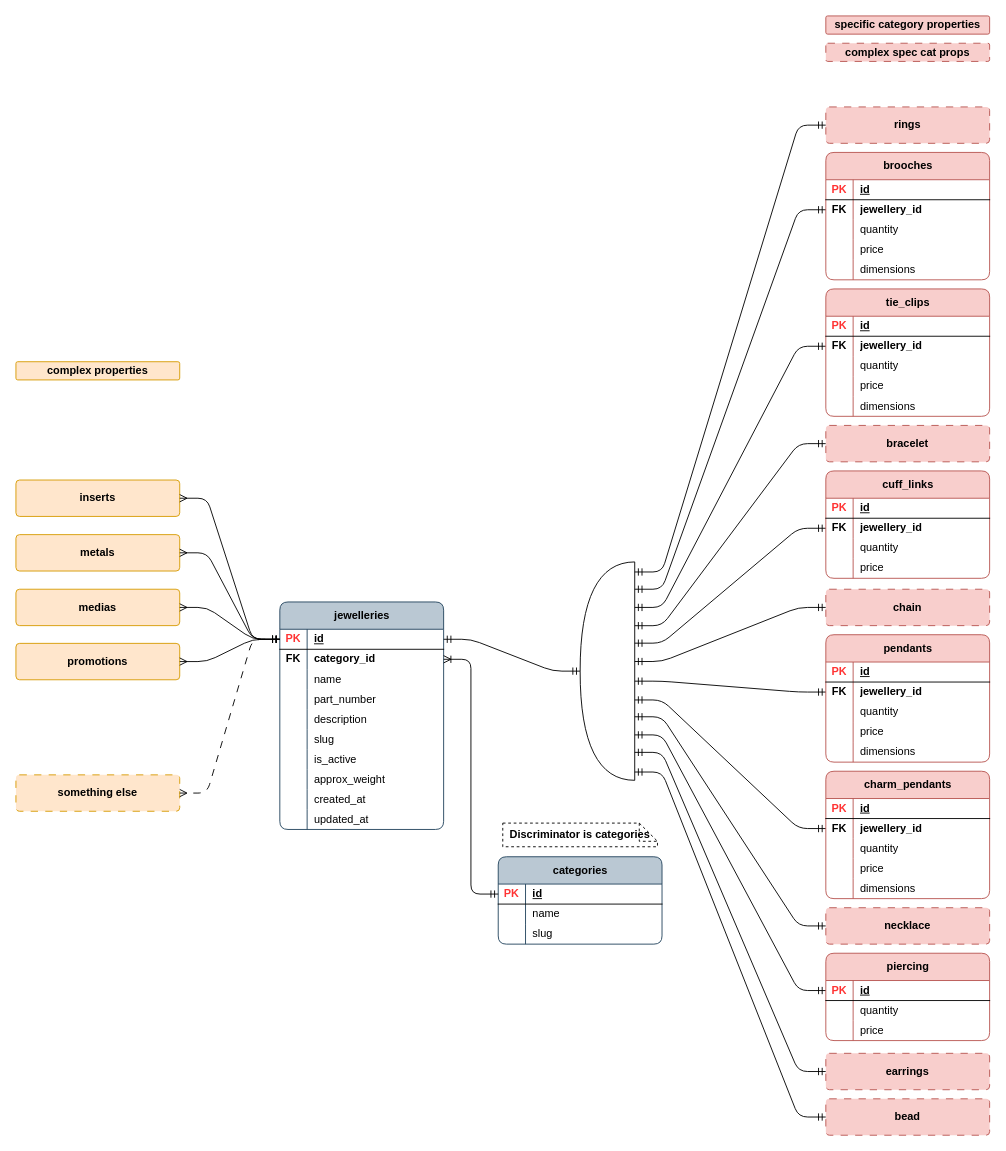
Above: page "psql_jewellery" (1 of 14) of publisher/laravel-app/psql_jewellery_items.drawio in Local-development-environment/msg-brokers-publisher-consumer (draw.io), before the change. Source tidied: cells renumbered, new cells numbered last; positions are measured from the earlier drawing's top-left corner, leaving out a move shared by most shapes. Both pictures are drawn from the tidied source at 91%, with x=0, y=0 at pixel (15, 15).
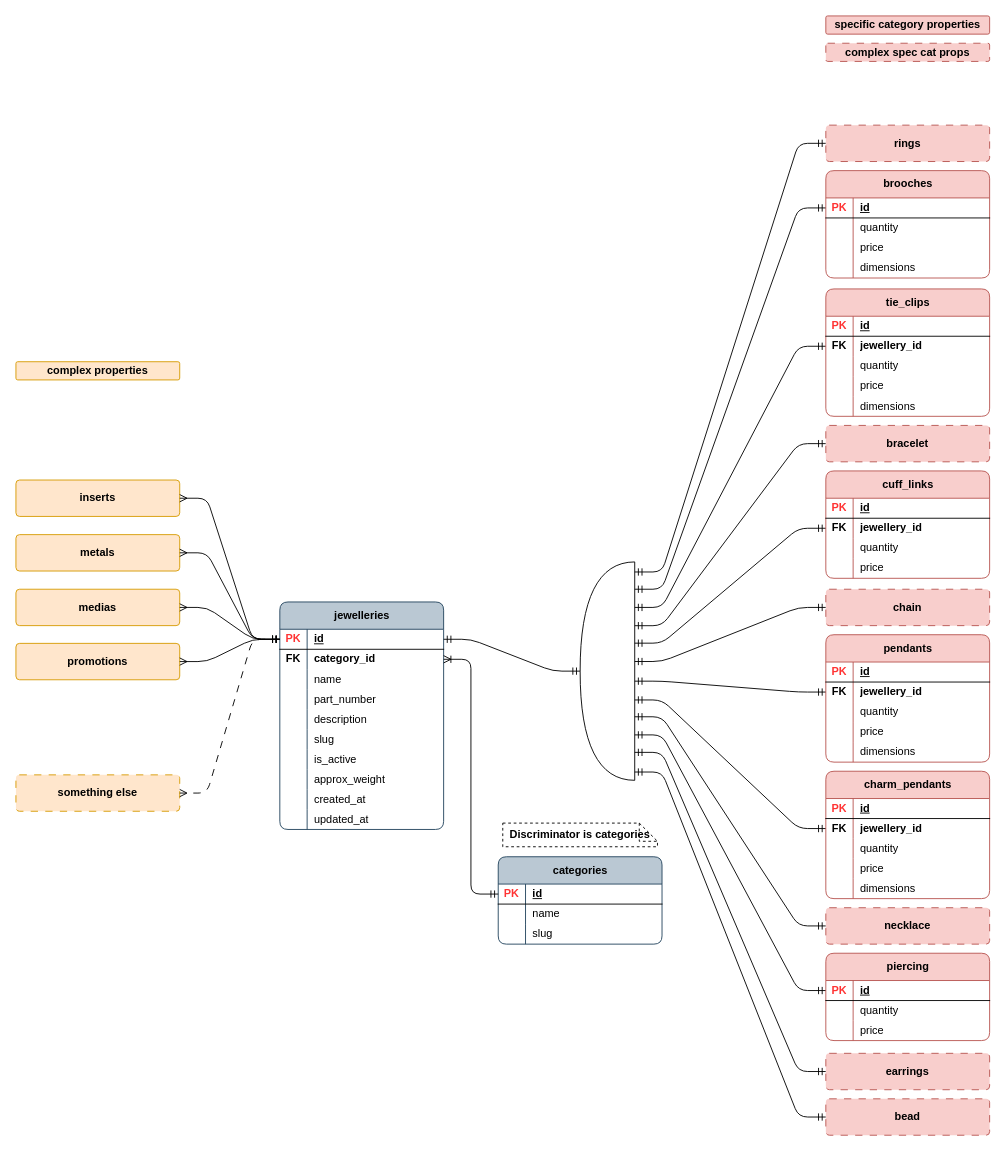
The same page after the edit.

Unchanged cells that the change refers to:
```xml
<mxCell id="33" style="shape=or;whiteSpace=wrap;html=1;fillColor=none;direction=west;" parent="1" vertex="1">
  <mxGeometry x="620" y="600" width="60" height="240" as="geometry" />
</mxCell>
<mxCell id="59" style="shape=tableRow;horizontal=0;startSize=0;swimlaneHead=0;swimlaneBody=0;fillColor=none;points=[[0,0.5],[1,0.5]];portConstraint=eastwest;top=0;left=0;right=0;bottom=1;rounded=0;" parent="58" vertex="1">
  <mxGeometry y="30" width="180" height="22" as="geometry" />
</mxCell>
```

Change to the diagram source:
```diff
@@
-    <mxCell id="35" style="edgeStyle=entityRelationEdgeStyle;fontSize=12;html=1;endArrow=ERmandOne;startArrow=ERmandOne;rounded=1;curved=0;entryX=0;entryY=0.5;entryDx=0;entryDy=0;exitX=0;exitY=0.875;exitDx=0;exitDy=0;exitPerimeter=0;" parent="1" edge="1" source="33" target="62">
+    <mxCell id="35" style="edgeStyle=entityRelationEdgeStyle;fontSize=12;html=1;endArrow=ERmandOne;startArrow=ERmandOne;rounded=1;curved=0;entryX=0;entryY=0.5;entryDx=0;entryDy=0;exitX=0;exitY=0.875;exitDx=0;exitDy=0;exitPerimeter=0;" parent="1" edge="1" source="33" target="59">
       <mxGeometry relative="1" as="geometry" />
     </mxCell>
@@
     <mxCell id="58" value="brooches" style="shape=table;startSize=30;childLayout=tableLayout;rowLines=0;fontStyle=1;align=center;html=1;rounded=1;swimlaneFillColor=none;fillColor=#f8cecc;strokeColor=#b85450;columnLines=1;arcSize=10;" parent="1" vertex="1">
-      <mxGeometry x="890" y="150" width="180" height="140" as="geometry" />
+      <mxGeometry x="890" y="170" width="180" height="118" as="geometry" />
     </mxCell>
@@
-    <mxCell id="62" style="shape=tableRow;horizontal=0;startSize=0;swimlaneHead=0;swimlaneBody=0;fillColor=none;points=[[0,0.5],[1,0.5]];portConstraint=eastwest;top=0;left=0;right=0;bottom=0;rounded=0;" parent="58" vertex="1">
-      <mxGeometry y="52" width="180" height="22" as="geometry" />
-    </mxCell>
-    <mxCell id="63" value="&lt;b&gt;FK&lt;/b&gt;" style="shape=partialRectangle;fillColor=none;top=0;left=0;bottom=0;right=0;overflow=hidden;whiteSpace=wrap;html=1;" parent="62" vertex="1">
-      <mxGeometry width="30" height="22" as="geometry" />
-    </mxCell>
-    <mxCell id="64" value="&lt;b&gt;jewellery_id&lt;/b&gt;" style="shape=partialRectangle;fillColor=none;top=0;left=0;bottom=0;right=0;align=left;spacingLeft=6;overflow=hidden;whiteSpace=wrap;html=1;" parent="62" vertex="1">
-      <mxGeometry x="30" width="150" height="22" as="geometry" />
-    </mxCell>
     <mxCell id="65" style="shape=tableRow;horizontal=0;startSize=0;swimlaneHead=0;swimlaneBody=0;fillColor=none;top=0;left=0;right=0;bottom=0;rounded=0;" parent="58" vertex="1">
-      <mxGeometry y="74" width="180" height="22" as="geometry" />
+      <mxGeometry y="52" width="180" height="22" as="geometry" />
     </mxCell>
@@
     <mxCell id="68" style="shape=tableRow;horizontal=0;startSize=0;swimlaneHead=0;swimlaneBody=0;fillColor=none;top=0;left=0;right=0;bottom=0;rounded=0;" parent="58" vertex="1">
-      <mxGeometry y="96" width="180" height="22" as="geometry" />
+      <mxGeometry y="74" width="180" height="22" as="geometry" />
     </mxCell>
@@
     <mxCell id="71" style="shape=tableRow;horizontal=0;startSize=0;swimlaneHead=0;swimlaneBody=0;fillColor=none;top=0;left=0;right=0;bottom=0;rounded=0;" parent="58" vertex="1">
-      <mxGeometry y="118" width="180" height="22" as="geometry" />
+      <mxGeometry y="96" width="180" height="22" as="geometry" />
     </mxCell>
@@
     <mxCell id="74" value="&lt;b&gt;rings&lt;/b&gt;" style="rounded=1;arcSize=10;whiteSpace=wrap;html=1;align=center;fillColor=#f8cecc;strokeColor=#b85450;dashed=1;dashPattern=8 8;" parent="1" vertex="1">
-      <mxGeometry x="890" y="100" width="180" height="40" as="geometry" />
+      <mxGeometry x="890" y="120" width="180" height="40" as="geometry" />
     </mxCell>
```
